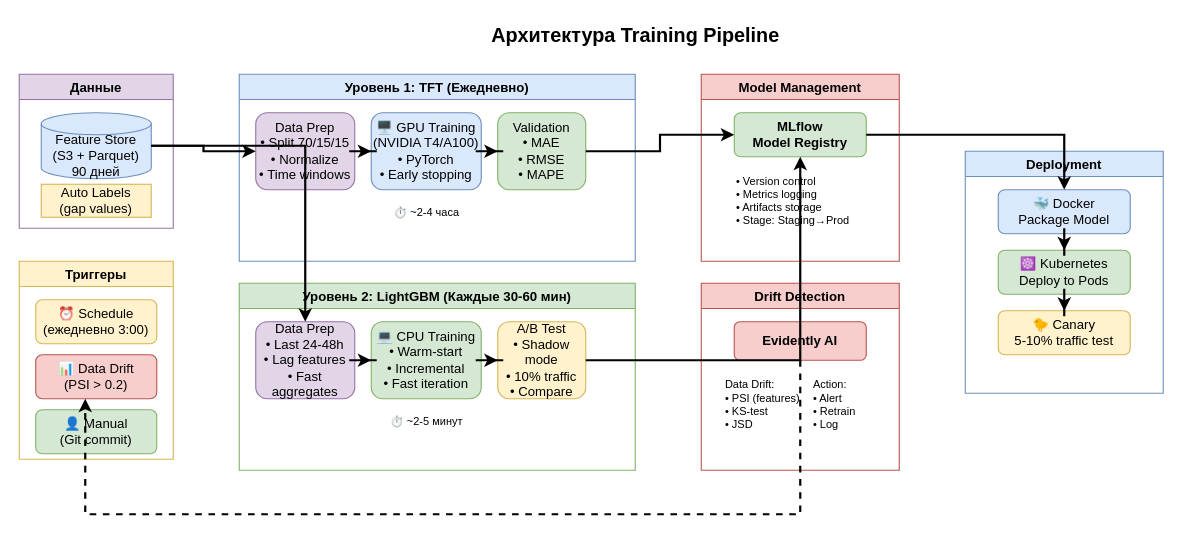
Earlier version of the draw.io diagram diagrams/3_training_pipeline.drawio (mityamuch/MachineSystemsKP). Source tidied: cells renumbered, new cells numbered last; positions are measured from the earlier drawing's top-left corner, leaving out a move shared by most shapes. Both pictures are drawn from the tidied source at 110%, with x=0, y=0 at pixel (19, 19).
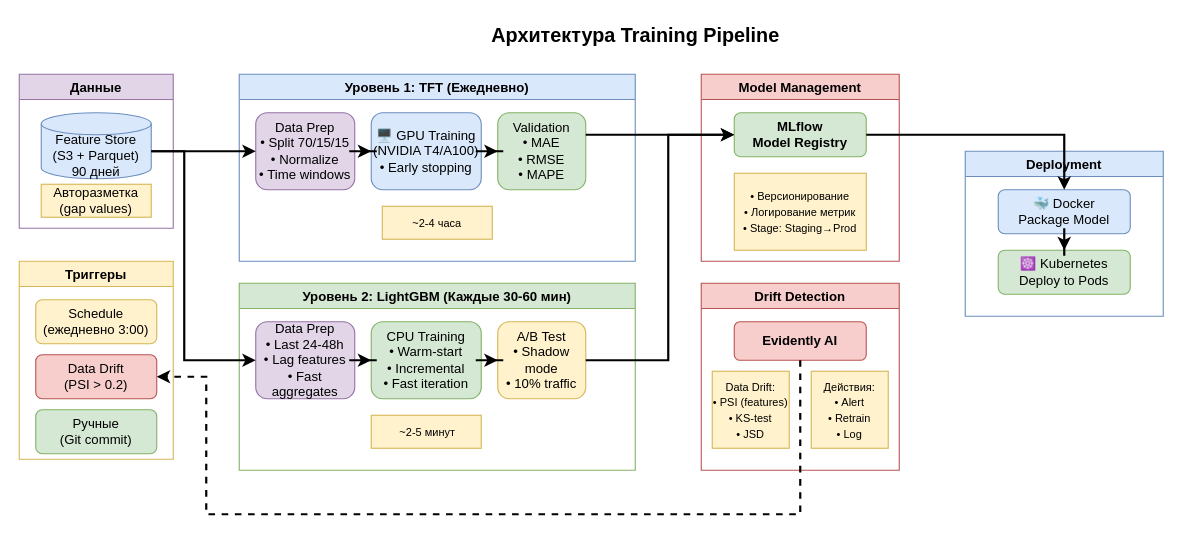
After the change.

Unchanged cells that the change refers to:
```xml
<mxCell id="3" value="Данные" style="swimlane;fillColor=#e1d5e7;strokeColor=#9673a6;fontStyle=1;" parent="1" vertex="1">
  <mxGeometry y="50" width="140" height="140" as="geometry" />
</mxCell>
<mxCell id="4" value="Feature Store&#10;(S3 + Parquet)&#10;90 дней" style="shape=cylinder3;whiteSpace=wrap;html=1;boundedLbl=1;backgroundOutline=1;size=10;fillColor=#dae8fc;strokeColor=#6c8ebf;" parent="3" vertex="1">
  <mxGeometry x="20" y="35" width="100" height="60" as="geometry" />
</mxCell>
<mxCell id="6" value="Триггеры" style="swimlane;fillColor=#fff2cc;strokeColor=#d6b656;fontStyle=1;" parent="1" vertex="1">
  <mxGeometry y="220" width="140" height="180" as="geometry" />
</mxCell>
<mxCell id="10" value="Уровень 1: TFT (Ежедневно)" style="swimlane;fillColor=#dae8fc;strokeColor=#6c8ebf;fontStyle=1;" parent="1" vertex="1">
  <mxGeometry x="200" y="50" width="360" height="170" as="geometry" />
</mxCell>
<mxCell id="11" value="Data Prep&#10;• Split 70/15/15&#10;• Normalize&#10;• Time windows" style="rounded=1;whiteSpace=wrap;html=1;fillColor=#e1d5e7;strokeColor=#9673a6;" parent="10" vertex="1">
  <mxGeometry x="15" y="35" width="90" height="70" as="geometry" />
</mxCell>
<mxCell id="13" value="Validation&#10;• MAE&#10;• RMSE&#10;• MAPE" style="rounded=1;whiteSpace=wrap;html=1;fillColor=#d5e8d4;strokeColor=#82b366;" parent="10" vertex="1">
  <mxGeometry x="235" y="35" width="80" height="70" as="geometry" />
</mxCell>
<mxCell id="17" value="Уровень 2: LightGBM (Каждые 30-60 мин)" style="swimlane;fillColor=#d5e8d4;strokeColor=#82b366;fontStyle=1;" parent="1" vertex="1">
  <mxGeometry x="200" y="240" width="360" height="170" as="geometry" />
</mxCell>
<mxCell id="18" value="Data Prep&#10;• Last 24-48h&#10;• Lag features&#10;• Fast aggregates" style="rounded=1;whiteSpace=wrap;html=1;fillColor=#e1d5e7;strokeColor=#9673a6;" parent="17" vertex="1">
  <mxGeometry x="15" y="35" width="90" height="70" as="geometry" />
</mxCell>
<mxCell id="24" value="Model Management" style="swimlane;fillColor=#f8cecc;strokeColor=#b85450;fontStyle=1;" parent="1" vertex="1">
  <mxGeometry x="620" y="50" width="180" height="170" as="geometry" />
</mxCell>
<mxCell id="25" value="MLflow&#10;Model Registry" style="rounded=1;whiteSpace=wrap;html=1;fillColor=#d5e8d4;strokeColor=#82b366;fontStyle=1;" parent="24" vertex="1">
  <mxGeometry x="30" y="35" width="120" height="40" as="geometry" />
</mxCell>
<mxCell id="27" value="Drift Detection" style="swimlane;fillColor=#f8cecc;strokeColor=#b85450;fontStyle=1;" parent="1" vertex="1">
  <mxGeometry x="620" y="240" width="180" height="170" as="geometry" />
</mxCell>
<mxCell id="28" value="Evidently AI" style="rounded=1;whiteSpace=wrap;html=1;fillColor=#f8cecc;strokeColor=#b85450;fontStyle=1;" parent="27" vertex="1">
  <mxGeometry x="30" y="35" width="120" height="35" as="geometry" />
</mxCell>
<mxCell id="33" value="☸️ Kubernetes&#10;Deploy to Pods" style="rounded=1;whiteSpace=wrap;html=1;fillColor=#d5e8d4;strokeColor=#82b366;" parent="31" vertex="1">
  <mxGeometry x="30" y="90" width="120" height="40" as="geometry" />
</mxCell>
```

Change to the diagram source:
```diff
@@
-    <mxCell id="5" value="Auto Labels&#10;(gap values)" style="rounded=0;whiteSpace=wrap;html=1;fillColor=#fff2cc;strokeColor=#d6b656;" parent="3" vertex="1">
+    <mxCell id="5" value="Авторазметка&lt;br&gt;(gap values)" style="rounded=0;whiteSpace=wrap;html=1;fillColor=#fff2cc;strokeColor=#d6b656;" parent="3" vertex="1">
       <mxGeometry x="20" y="100" width="100" height="30" as="geometry" />
     </mxCell>
@@
-    <mxCell id="7" value="⏰ Schedule&#10;(ежедневно 3:00)" style="rounded=1;whiteSpace=wrap;html=1;fillColor=#fff2cc;strokeColor=#d6b656;" parent="6" vertex="1">
+    <mxCell id="7" value="Schedule&lt;br&gt;(ежедневно 3:00)" style="rounded=1;whiteSpace=wrap;html=1;fillColor=#fff2cc;strokeColor=#d6b656;" parent="6" vertex="1">
       <mxGeometry x="15" y="35" width="110" height="40" as="geometry" />
     </mxCell>
-    <mxCell id="8" value="📊 Data Drift&#10;(PSI &gt; 0.2)" style="rounded=1;whiteSpace=wrap;html=1;fillColor=#f8cecc;strokeColor=#b85450;" parent="6" vertex="1">
+    <mxCell id="8" value="Data Drift&lt;br&gt;(PSI &amp;gt; 0.2)" style="rounded=1;whiteSpace=wrap;html=1;fillColor=#f8cecc;strokeColor=#b85450;" parent="6" vertex="1">
       <mxGeometry x="15" y="85" width="110" height="40" as="geometry" />
     </mxCell>
-    <mxCell id="9" value="👤 Manual&#10;(Git commit)" style="rounded=1;whiteSpace=wrap;html=1;fillColor=#d5e8d4;strokeColor=#82b366;" parent="6" vertex="1">
+    <mxCell id="9" value="Ручные&lt;br&gt;(Git commit)" style="rounded=1;whiteSpace=wrap;html=1;fillColor=#d5e8d4;strokeColor=#82b366;" parent="6" vertex="1">
       <mxGeometry x="15" y="135" width="110" height="40" as="geometry" />
     </mxCell>
@@
-    <mxCell id="12" value="🖥️ GPU Training&#10;(NVIDIA T4/A100)&#10;• PyTorch&#10;• Early stopping" style="rounded=1;whiteSpace=wrap;html=1;fillColor=#dae8fc;strokeColor=#6c8ebf;" parent="10" vertex="1">
+    <mxCell id="12" value="🖥️ GPU Training&lt;br&gt;(NVIDIA T4/A100)&lt;br&gt;• Early stopping" style="rounded=1;whiteSpace=wrap;html=1;fillColor=#dae8fc;strokeColor=#6c8ebf;" parent="10" vertex="1">
       <mxGeometry x="120" y="35" width="100" height="70" as="geometry" />
     </mxCell>
@@
-    <mxCell id="14" value="⏱️ ~2-4 часа" style="text;html=1;strokeColor=none;fillColor=none;align=center;verticalAlign=middle;fontSize=10;" parent="10" vertex="1">
-      <mxGeometry x="120" y="115" width="100" height="20" as="geometry" />
-    </mxCell>
@@
+    <mxCell id="43" value="&lt;span style=&quot;font-size: 10px; text-wrap-mode: nowrap;&quot;&gt;~2-4 часа&lt;/span&gt;" style="rounded=0;whiteSpace=wrap;html=1;fillColor=#fff2cc;strokeColor=#d6b656;" parent="10" vertex="1">
+      <mxGeometry x="130" y="120" width="100" height="30" as="geometry" />
+    </mxCell>
@@
-    <mxCell id="19" value="💻 CPU Training&#10;• Warm-start&#10;• Incremental&#10;• Fast iteration" style="rounded=1;whiteSpace=wrap;html=1;fillColor=#d5e8d4;strokeColor=#82b366;" parent="17" vertex="1">
+    <mxCell id="19" value="CPU Training&lt;br&gt;• Warm-start&lt;br&gt;• Incremental&lt;br&gt;• Fast iteration" style="rounded=1;whiteSpace=wrap;html=1;fillColor=#d5e8d4;strokeColor=#82b366;" parent="17" vertex="1">
       <mxGeometry x="120" y="35" width="100" height="70" as="geometry" />
     </mxCell>
-    <mxCell id="20" value="A/B Test&#10;• Shadow mode&#10;• 10% traffic&#10;• Compare" style="rounded=1;whiteSpace=wrap;html=1;fillColor=#fff2cc;strokeColor=#d6b656;" parent="17" vertex="1">
+    <mxCell id="20" value="A/B Test&lt;br&gt;• Shadow mode&lt;br&gt;• 10% traffic" style="rounded=1;whiteSpace=wrap;html=1;fillColor=#fff2cc;strokeColor=#d6b656;" parent="17" vertex="1">
       <mxGeometry x="235" y="35" width="80" height="70" as="geometry" />
     </mxCell>
-    <mxCell id="21" value="⏱️ ~2-5 минут" style="text;html=1;strokeColor=none;fillColor=none;align=center;verticalAlign=middle;fontSize=10;" parent="17" vertex="1">
-      <mxGeometry x="120" y="115" width="100" height="20" as="geometry" />
-    </mxCell>
@@
+    <mxCell id="44" value="&lt;span style=&quot;font-size: 10px; text-wrap-mode: nowrap;&quot;&gt;&amp;nbsp;~2-5 минут&lt;/span&gt;" style="rounded=0;whiteSpace=wrap;html=1;fillColor=#fff2cc;strokeColor=#d6b656;" parent="17" vertex="1">
+      <mxGeometry x="120" y="120" width="100" height="30" as="geometry" />
+    </mxCell>
@@
-    <mxCell id="26" value="• Version control&#10;• Metrics logging&#10;• Artifacts storage&#10;• Stage: Staging→Prod" style="text;html=1;strokeColor=none;fillColor=none;align=left;verticalAlign=top;fontSize=10;" parent="24" vertex="1">
-      <mxGeometry x="30" y="85" width="130" height="60" as="geometry" />
-    </mxCell>
+    <mxCell id="45" value="&lt;span style=&quot;font-size: 10px; text-align: left; text-wrap-mode: nowrap;&quot;&gt;• Версионирование&lt;/span&gt;&lt;br style=&quot;font-size: 10px; text-align: left; text-wrap-mode: nowrap;&quot;&gt;&lt;span style=&quot;font-size: 10px; text-align: left; text-wrap-mode: nowrap;&quot;&gt;• Логирование метрик&lt;/span&gt;&lt;br style=&quot;font-size: 10px; text-align: left; text-wrap-mode: nowrap;&quot;&gt;&lt;span style=&quot;font-size: 10px; text-align: left; text-wrap-mode: nowrap;&quot;&gt;• Stage: Staging→Prod&lt;/span&gt;" style="rounded=0;whiteSpace=wrap;html=1;fillColor=#fff2cc;strokeColor=#d6b656;" parent="24" vertex="1">
+      <mxGeometry x="30" y="90" width="120" height="70" as="geometry" />
+    </mxCell>
@@
-    <mxCell id="29" value="Data Drift:&#10;• PSI (features)&#10;• KS-test&#10;• JSD" style="text;html=1;strokeColor=none;fillColor=none;align=left;verticalAlign=top;fontSize=10;" parent="27" vertex="1">
-      <mxGeometry x="20" y="80" width="70" height="60" as="geometry" />
+    <mxCell id="29" value="&lt;span style=&quot;font-size: 10px; text-align: left; text-wrap-mode: nowrap;&quot;&gt;Data Drift:&lt;/span&gt;&lt;br style=&quot;font-size: 10px; text-align: left; text-wrap-mode: nowrap;&quot;&gt;&lt;span style=&quot;font-size: 10px; text-align: left; text-wrap-mode: nowrap;&quot;&gt;• PSI (features)&lt;/span&gt;&lt;br style=&quot;font-size: 10px; text-align: left; text-wrap-mode: nowrap;&quot;&gt;&lt;span style=&quot;font-size: 10px; text-align: left; text-wrap-mode: nowrap;&quot;&gt;• KS-test&lt;/span&gt;&lt;br style=&quot;font-size: 10px; text-align: left; text-wrap-mode: nowrap;&quot;&gt;&lt;span style=&quot;font-size: 10px; text-align: left; text-wrap-mode: nowrap;&quot;&gt;• JSD&lt;/span&gt;" style="rounded=0;whiteSpace=wrap;html=1;fillColor=#fff2cc;strokeColor=#d6b656;" parent="27" vertex="1">
+      <mxGeometry x="10" y="80" width="70" height="70" as="geometry" />
     </mxCell>
-    <mxCell id="30" value="Action:&#10;• Alert&#10;• Retrain&#10;• Log" style="text;html=1;strokeColor=none;fillColor=none;align=left;verticalAlign=top;fontSize=10;" parent="27" vertex="1">
-      <mxGeometry x="100" y="80" width="60" height="60" as="geometry" />
-    </mxCell>
+    <mxCell id="46" value="&lt;span style=&quot;font-size: 10px; text-align: left; text-wrap-mode: nowrap;&quot;&gt;Действия:&lt;/span&gt;&lt;br style=&quot;font-size: 10px; text-align: left; text-wrap-mode: nowrap;&quot;&gt;&lt;span style=&quot;font-size: 10px; text-align: left; text-wrap-mode: nowrap;&quot;&gt;• Alert&lt;/span&gt;&lt;br style=&quot;font-size: 10px; text-align: left; text-wrap-mode: nowrap;&quot;&gt;&lt;span style=&quot;font-size: 10px; text-align: left; text-wrap-mode: nowrap;&quot;&gt;• Retrain&lt;/span&gt;&lt;br style=&quot;font-size: 10px; text-align: left; text-wrap-mode: nowrap;&quot;&gt;&lt;span style=&quot;font-size: 10px; text-align: left; text-wrap-mode: nowrap;&quot;&gt;• Log&lt;/span&gt;" style="rounded=0;whiteSpace=wrap;html=1;fillColor=#fff2cc;strokeColor=#d6b656;" parent="27" vertex="1">
+      <mxGeometry x="100" y="80" width="70" height="70" as="geometry" />
+    </mxCell>
     <mxCell id="31" value="Deployment" style="swimlane;fillColor=#dae8fc;strokeColor=#6c8ebf;fontStyle=1;" parent="1" vertex="1">
-      <mxGeometry x="860" y="120" width="180" height="220" as="geometry" />
+      <mxGeometry x="860" y="120" width="180" height="150" as="geometry" />
     </mxCell>
@@
-    <mxCell id="34" value="🐤 Canary&#10;5-10% traffic test" style="rounded=1;whiteSpace=wrap;html=1;fillColor=#fff2cc;strokeColor=#d6b656;" parent="31" vertex="1">
-      <mxGeometry x="30" y="145" width="120" height="40" as="geometry" />
-    </mxCell>
@@
-    <mxCell id="36" style="edgeStyle=orthogonalEdgeStyle;rounded=0;jettySize=auto;html=1;strokeWidth=2;" parent="31" edge="1" source="33" target="34">
-      <mxGeometry relative="1" as="geometry" />
-    </mxCell>
-    <mxCell id="37" style="edgeStyle=orthogonalEdgeStyle;rounded=0;jettySize=auto;html=1;strokeWidth=2;" parent="1" edge="1" source="4" target="11">
-      <mxGeometry relative="1" as="geometry" />
+    <mxCell id="37" style="edgeStyle=orthogonalEdgeStyle;rounded=0;jettySize=auto;html=1;strokeWidth=2;entryX=0;entryY=0.5;entryDx=0;entryDy=0;" parent="1" edge="1" source="4" target="11">
+      <mxGeometry relative="1" as="geometry">
+        <Array as="points">
+          <mxPoint x="140" y="120" />
+          <mxPoint x="140" y="120" />
+        </Array>
+      </mxGeometry>
     </mxCell>
     <mxCell id="38" style="edgeStyle=orthogonalEdgeStyle;rounded=0;jettySize=auto;html=1;strokeWidth=2;" parent="1" edge="1" source="4" target="18">
-      <mxGeometry relative="1" as="geometry" />
+      <mxGeometry relative="1" as="geometry">
+        <Array as="points">
+          <mxPoint x="150" y="120" />
+          <mxPoint x="150" y="310" />
+        </Array>
+      </mxGeometry>
     </mxCell>
     <mxCell id="39" style="edgeStyle=orthogonalEdgeStyle;rounded=0;jettySize=auto;html=1;strokeWidth=2;" parent="1" edge="1" source="13" target="25">
-      <mxGeometry relative="1" as="geometry" />
+      <mxGeometry relative="1" as="geometry">
+        <Array as="points">
+          <mxPoint x="550" y="105" />
+          <mxPoint x="550" y="105" />
+        </Array>
+      </mxGeometry>
     </mxCell>
     <mxCell id="40" style="edgeStyle=orthogonalEdgeStyle;rounded=0;jettySize=auto;html=1;strokeWidth=2;" parent="1" edge="1" source="20" target="25">
-      <mxGeometry relative="1" as="geometry" />
+      <mxGeometry relative="1" as="geometry">
+        <Array as="points">
+          <mxPoint x="590" y="310" />
+          <mxPoint x="590" y="105" />
+        </Array>
+      </mxGeometry>
     </mxCell>
@@
     <mxCell id="42" style="edgeStyle=orthogonalEdgeStyle;rounded=0;jettySize=auto;html=1;strokeWidth=2;dashed=1;" parent="1" edge="1" source="28" target="8">
       <mxGeometry relative="1" as="geometry">
         <Array as="points">
           <mxPoint x="710" y="450" />
-          <mxPoint x="60" y="450" />
+          <mxPoint x="170" y="450" />
+          <mxPoint x="170" y="325" />
         </Array>
       </mxGeometry>
     </mxCell>
```
